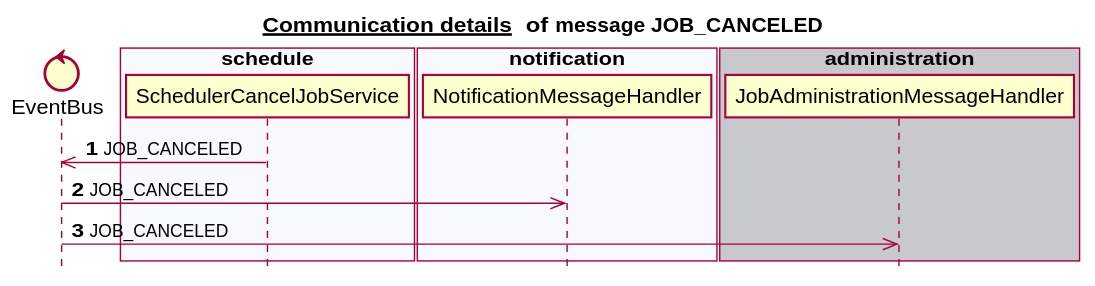
Above: docs/latest/images/gen_domain_messaging_job_canceled.svg in mercedes-benz/sechub (PlantUML), before the change. Source of this version:
```plantuml
@startuml


title __Communication details __ of **message JOB_CANCELED**
skinparam style strictuml


control EventBus
box "scan" #C8C8CF
end box
box "schedule" #F8F8FF
   participant SchedulerCancelJobService
end box
box "authorization" #C8C8CF
end box
box "notification" #F8F8FF
   participant NotificationMessageHandler
end box
box "administration" #C8C8CF
   participant JobAdministrationMessageHandler
end box
autonumber 1
SchedulerCancelJobService ->> EventBus:JOB_CANCELED
EventBus ->> NotificationMessageHandler:JOB_CANCELED
EventBus ->> JobAdministrationMessageHandler:JOB_CANCELED
autonumber stop


@enduml
```
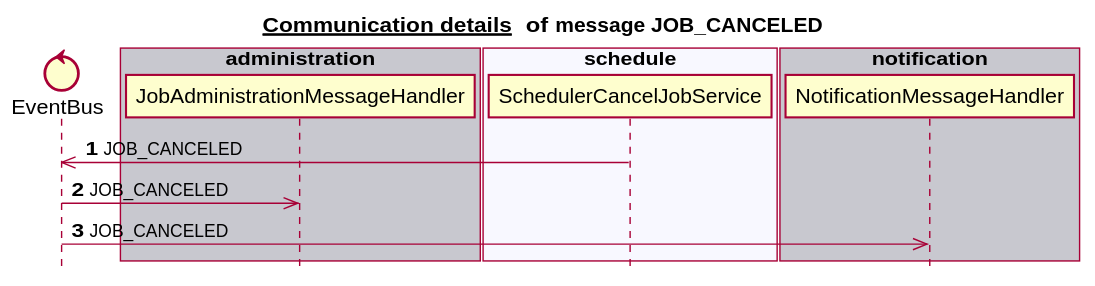
After the change.

Change to the diagram source:
```diff
@@ -6,23 +6,23 @@
 
 
 control EventBus
-box "scan" #C8C8CF
+box "authorization" #C8C8CF
+end box
+box "scan" #F8F8FF
+end box
+box "administration" #C8C8CF
+   participant JobAdministrationMessageHandler
 end box
 box "schedule" #F8F8FF
    participant SchedulerCancelJobService
 end box
-box "authorization" #C8C8CF
-end box
-box "notification" #F8F8FF
+box "notification" #C8C8CF
    participant NotificationMessageHandler
-end box
-box "administration" #C8C8CF
-   participant JobAdministrationMessageHandler
 end box
 autonumber 1
 SchedulerCancelJobService ->> EventBus:JOB_CANCELED
+EventBus ->> JobAdministrationMessageHandler:JOB_CANCELED
 EventBus ->> NotificationMessageHandler:JOB_CANCELED
-EventBus ->> JobAdministrationMessageHandler:JOB_CANCELED
 autonumber stop
 
 
```
